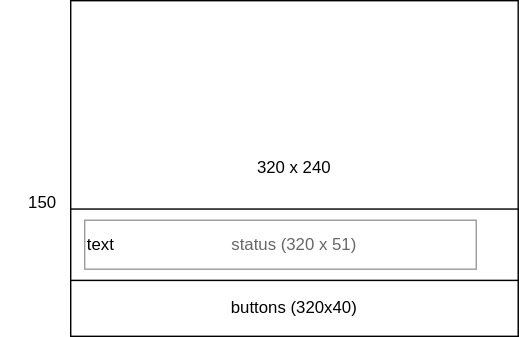
rlhatcher/aquarium keeps this draw.io diagram as water/water.drawio.svg. Above is the earlier version. Source tidied: cells renumbered, new cells last; positions are measured from the earlier drawing's top-left corner, leaving out a move shared by most shapes. Its diagram source:
```xml
<mxGraphModel>
  <root>
    <mxCell id="0" />
    <mxCell id="1" parent="0" />
    <mxCell id="2" value="320 x 240" style="rounded=0;whiteSpace=wrap;html=1;" parent="1" vertex="1">
      <mxGeometry x="50" width="320" height="240" as="geometry" />
    </mxCell>
    <mxCell id="3" value="buttons (320x40)" style="rounded=0;whiteSpace=wrap;html=1;" parent="1" vertex="1">
      <mxGeometry x="50" y="200" width="320" height="40" as="geometry" />
    </mxCell>
    <mxCell id="4" value="status (320 x 51)" style="rounded=0;whiteSpace=wrap;html=1;" parent="1" vertex="1">
      <mxGeometry x="50" y="149" width="320" height="51" as="geometry" />
    </mxCell>
    <mxCell id="5" value="text" style="rounded=0;whiteSpace=wrap;html=1;opacity=40;align=left;" parent="1" vertex="1">
      <mxGeometry x="60" y="157" width="280" height="35" as="geometry" />
    </mxCell>
    <mxCell id="6" value="150" style="text;html=1;strokeColor=none;fillColor=none;align=center;verticalAlign=middle;whiteSpace=wrap;rounded=0;opacity=40;" parent="1" vertex="1">
      <mxGeometry y="130" width="60" height="30" as="geometry" />
    </mxCell>
  </root>
</mxGraphModel>
```
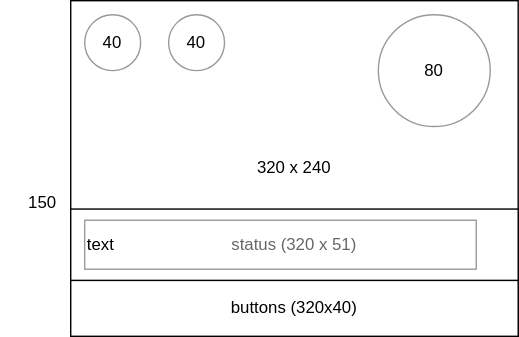
Later version of the same file.

Diff of the diagram source:
```diff
@@ -17,5 +17,14 @@
     <mxCell id="6" value="150" style="text;html=1;strokeColor=none;fillColor=none;align=center;verticalAlign=middle;whiteSpace=wrap;rounded=0;opacity=40;" parent="1" vertex="1">
       <mxGeometry y="130" width="60" height="30" as="geometry" />
     </mxCell>
+    <mxCell id="7" value="40" style="ellipse;whiteSpace=wrap;html=1;opacity=40;" parent="1" vertex="1">
+      <mxGeometry x="60" y="10" width="40" height="40" as="geometry" />
+    </mxCell>
+    <mxCell id="8" value="40" style="ellipse;whiteSpace=wrap;html=1;opacity=40;" parent="1" vertex="1">
+      <mxGeometry x="120" y="10" width="40" height="40" as="geometry" />
+    </mxCell>
+    <mxCell id="9" value="80" style="ellipse;whiteSpace=wrap;html=1;opacity=40;" parent="1" vertex="1">
+      <mxGeometry x="270" y="10" width="80" height="80" as="geometry" />
+    </mxCell>
   </root>
 </mxGraphModel>
```
